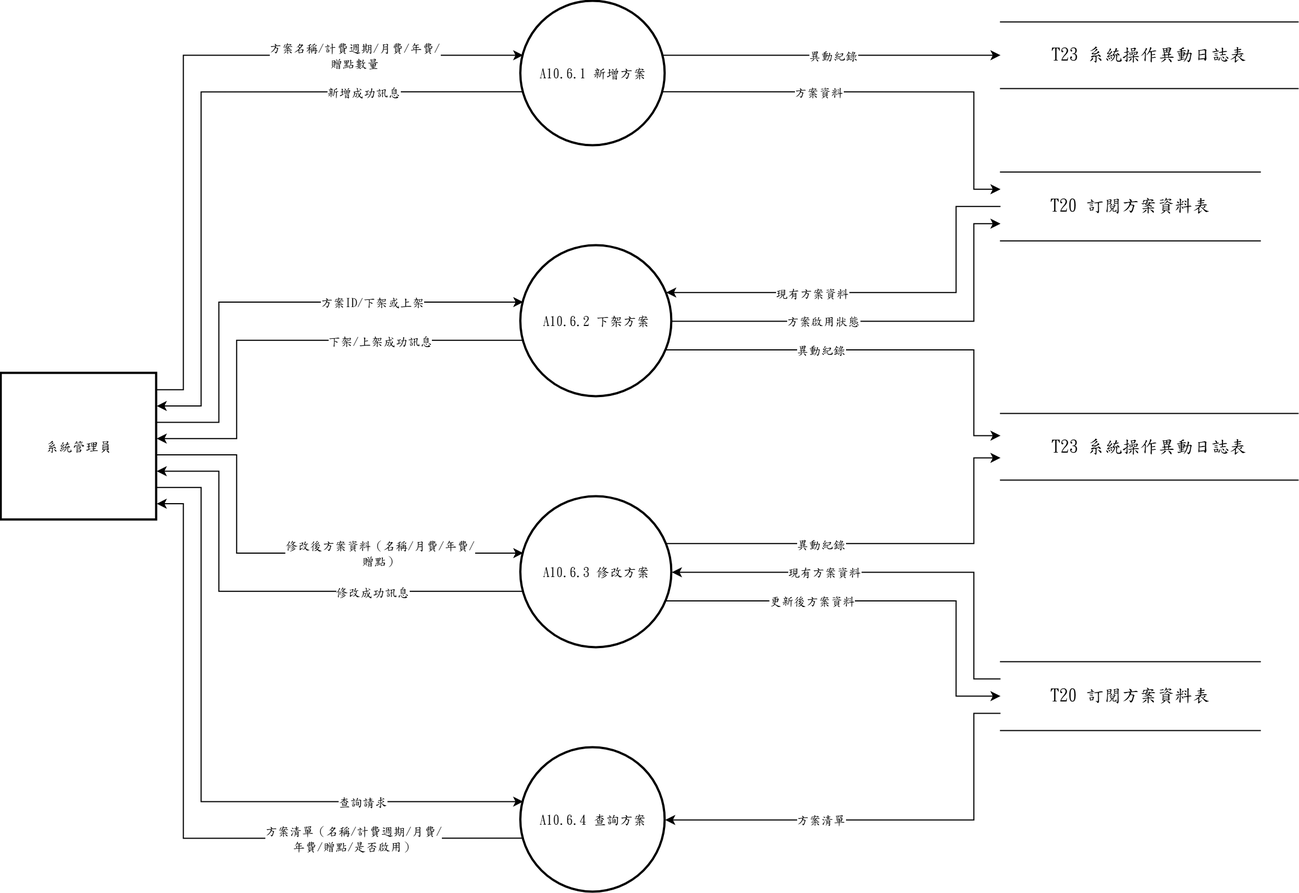
Before: 系統文件/第6章/DFD圖/圖10/新/圖10.6.drawio.png, a diagram exported from draw.io (s22452007/115502). Source tidied: cells renumbered, new cells last; positions are measured from the earlier drawing's top-left corner, leaving out a move shared by most shapes.
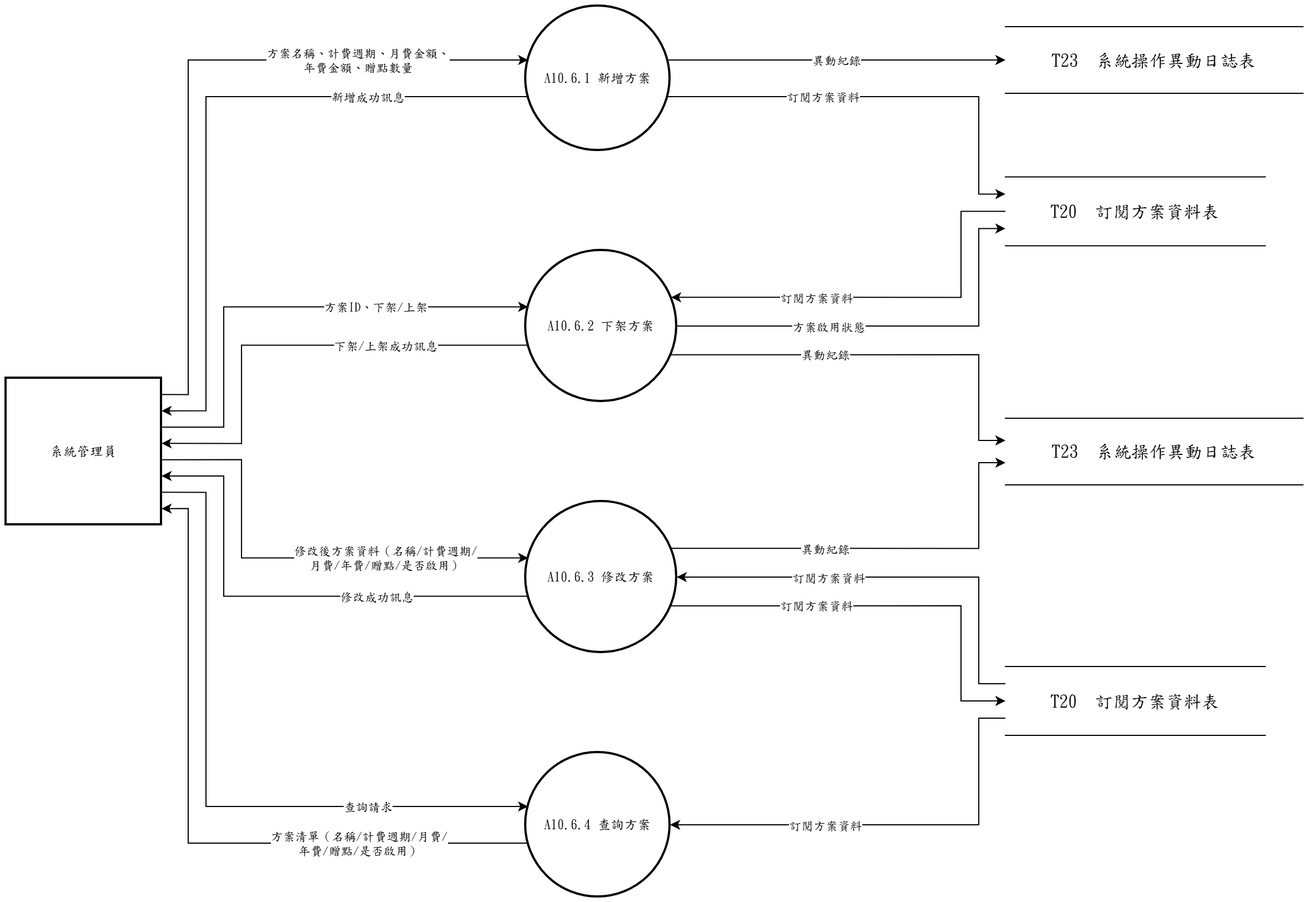
After the commit.

Change to the diagram source:
```diff
@@ -17,16 +17,16 @@
     <mxCell id="6" value="系統管理員" style="whiteSpace=wrap;strokeWidth=2;html=1;fontFamily=標楷體;" parent="1" vertex="1">
       <mxGeometry y="335" width="140" height="132" as="geometry" />
     </mxCell>
-    <mxCell id="7" value="&lt;span lang=&quot;EN-US&quot; style=&quot;font-size: 12pt;&quot;&gt;T23&amp;nbsp;&lt;/span&gt;&lt;span style=&quot;font-size: 12pt;&quot;&gt;系統操作異動日誌表&lt;/span&gt;" style="shape=partialRectangle;whiteSpace=wrap;html=1;left=0;right=0;fontFamily=標楷體;fontSize=16;" parent="1" vertex="1">
+    <mxCell id="7" value="T23  系統操作異動日誌表" style="shape=partialRectangle;whiteSpace=wrap;html=1;left=0;right=0;fontFamily=標楷體;fontSize=16;" parent="1" vertex="1">
       <mxGeometry x="900" y="18.5" width="268" height="60" as="geometry" />
     </mxCell>
-    <mxCell id="8" value="&lt;span lang=&quot;EN-US&quot; style=&quot;font-size: 12pt;&quot;&gt;T20&amp;nbsp;&lt;/span&gt;&lt;span style=&quot;font-size: 12pt;&quot;&gt;訂閱方案資料表&lt;/span&gt;" style="shape=partialRectangle;whiteSpace=wrap;html=1;left=0;right=0;fontFamily=標楷體;fontSize=16;" parent="1" vertex="1">
+    <mxCell id="8" value="T20  訂閱方案資料表" style="shape=partialRectangle;whiteSpace=wrap;html=1;left=0;right=0;fontFamily=標楷體;fontSize=16;" parent="1" vertex="1">
       <mxGeometry x="900" y="153.7" width="234" height="62" as="geometry" />
     </mxCell>
-    <mxCell id="9" value="&lt;span lang=&quot;EN-US&quot; style=&quot;font-size: 12pt;&quot;&gt;T23&amp;nbsp;&lt;/span&gt;&lt;span style=&quot;font-size: 12pt;&quot;&gt;系統操作異動日誌表&lt;/span&gt;" style="shape=partialRectangle;whiteSpace=wrap;html=1;left=0;right=0;fontFamily=標楷體;fontSize=16;" parent="1" vertex="1">
+    <mxCell id="9" value="T23  系統操作異動日誌表" style="shape=partialRectangle;whiteSpace=wrap;html=1;left=0;right=0;fontFamily=標楷體;fontSize=16;" parent="1" vertex="1">
       <mxGeometry x="900" y="371" width="268" height="60" as="geometry" />
     </mxCell>
-    <mxCell id="10" value="&lt;span lang=&quot;EN-US&quot; style=&quot;font-size: 12pt;&quot;&gt;T20&amp;nbsp;&lt;/span&gt;&lt;span style=&quot;font-size: 12pt;&quot;&gt;訂閱方案資料表&lt;/span&gt;" style="shape=partialRectangle;whiteSpace=wrap;html=1;left=0;right=0;fontFamily=標楷體;fontSize=16;" parent="1" vertex="1">
+    <mxCell id="10" value="T20  訂閱方案資料表" style="shape=partialRectangle;whiteSpace=wrap;html=1;left=0;right=0;fontFamily=標楷體;fontSize=16;" parent="1" vertex="1">
       <mxGeometry x="900" y="594.5" width="234" height="62" as="geometry" />
     </mxCell>
     <mxCell id="11" style="edgeStyle=none;rounded=0;html=1;fontFamily=標楷體;endArrow=classic;exitX=1.0000;exitY=0.1111;exitDx=0;exitDy=0;exitPerimeter=0;entryX=0.0163;entryY=0.3733;entryDx=0;entryDy=0;entryPerimeter=0;" parent="1" edge="1" source="6" target="2">
@@ -37,7 +37,7 @@
         </Array>
       </mxGeometry>
     </mxCell>
-    <mxCell id="12" value="方案名稱/計費週期/月費/年費/&lt;br&gt;贈點數量" style="edgeLabel;html=1;align=center;verticalAlign=middle;fontFamily=標楷體;" parent="11" vertex="1">
+    <mxCell id="12" value="方案名稱、計費週期、月費金額、&lt;br&gt;年費金額、贈點數量" style="edgeLabel;html=1;align=center;verticalAlign=middle;fontFamily=標楷體;" parent="11" vertex="1">
       <mxGeometry x="0.52" relative="1" as="geometry" />
     </mxCell>
     <mxCell id="13" style="edgeStyle=none;rounded=0;html=1;fontFamily=標楷體;endArrow=classic;exitX=0.0163;exitY=0.6267;exitDx=0;exitDy=0;exitPerimeter=0;entryX=1.0000;entryY=0.2222;entryDx=0;entryDy=0;entryPerimeter=0;" parent="1" edge="1" source="2" target="6">
@@ -59,7 +59,7 @@
         </Array>
       </mxGeometry>
     </mxCell>
-    <mxCell id="16" value="方案資料" style="edgeLabel;html=1;align=center;verticalAlign=middle;fontFamily=標楷體;" parent="15" vertex="1">
+    <mxCell id="16" value="訂閱方案資料" style="edgeLabel;html=1;align=center;verticalAlign=middle;fontFamily=標楷體;" parent="15" vertex="1">
       <mxGeometry x="-0.28" relative="1" as="geometry" />
     </mxCell>
     <mxCell id="17" style="edgeStyle=none;rounded=0;html=1;fontFamily=標楷體;endArrow=classic;exitX=0.9837;exitY=0.3733;exitDx=0;exitDy=0;exitPerimeter=0;entryX=0.0000;entryY=0.5000;entryDx=0;entryDy=0;entryPerimeter=0;" parent="1" edge="1" source="2" target="7">
@@ -76,7 +76,7 @@
         </Array>
       </mxGeometry>
     </mxCell>
-    <mxCell id="20" value="方案ID/下架或上架" style="edgeLabel;html=1;align=center;verticalAlign=middle;fontFamily=標楷體;" parent="19" vertex="1">
+    <mxCell id="20" value="方案ID、下架/上架" style="edgeLabel;html=1;align=center;verticalAlign=middle;fontFamily=標楷體;" parent="19" vertex="1">
       <mxGeometry x="0.38" relative="1" as="geometry" />
     </mxCell>
     <mxCell id="21" style="edgeStyle=none;rounded=0;html=1;fontFamily=標楷體;endArrow=classic;exitX=0.0000;exitY=0.5000;exitDx=0;exitDy=0;exitPerimeter=0;entryX=0.9625;entryY=0.3100;entryDx=0;entryDy=0;entryPerimeter=0;" parent="1" edge="1" source="8" target="3">
@@ -87,7 +87,7 @@
         </Array>
       </mxGeometry>
     </mxCell>
-    <mxCell id="22" value="現有方案資料" style="edgeLabel;html=1;align=center;verticalAlign=middle;fontFamily=標楷體;" parent="21" vertex="1">
+    <mxCell id="22" value="訂閱方案資料" style="edgeLabel;html=1;align=center;verticalAlign=middle;fontFamily=標楷體;" parent="21" vertex="1">
       <mxGeometry x="0.31" relative="1" as="geometry" />
     </mxCell>
     <mxCell id="23" style="edgeStyle=none;rounded=0;html=1;fontFamily=標楷體;endArrow=classic;exitX=0.0163;exitY=0.6267;exitDx=0;exitDy=0;exitPerimeter=0;entryX=1.0000;entryY=0.4444;entryDx=0;entryDy=0;entryPerimeter=0;" parent="1" edge="1" source="3" target="6">
@@ -131,7 +131,7 @@
         </Array>
       </mxGeometry>
     </mxCell>
-    <mxCell id="30" value="修改後方案資料（名稱/月費/年費/&lt;br&gt;贈點）" style="edgeLabel;html=1;align=center;verticalAlign=middle;fontFamily=標楷體;" parent="29" vertex="1">
+    <mxCell id="30" value="修改後方案資料（名稱/計費週期/&lt;br&gt;月費/年費/贈點/是否啟用）" style="edgeLabel;html=1;align=center;verticalAlign=middle;fontFamily=標楷體;" parent="29" vertex="1">
       <mxGeometry x="0.38" relative="1" as="geometry" />
     </mxCell>
     <mxCell id="31" style="edgeStyle=none;rounded=0;html=1;fontFamily=標楷體;endArrow=classic;exitX=0.0000;exitY=0.2500;exitDx=0;exitDy=0;exitPerimeter=0;entryX=1.0000;entryY=0.5000;entryDx=0;entryDy=0;entryPerimeter=0;" parent="1" edge="1" source="10" target="4">
@@ -142,7 +142,7 @@
         </Array>
       </mxGeometry>
     </mxCell>
-    <mxCell id="32" value="現有方案資料" style="edgeLabel;html=1;align=center;verticalAlign=middle;fontFamily=標楷體;" parent="31" vertex="1">
+    <mxCell id="32" value="訂閱方案資料" style="edgeLabel;html=1;align=center;verticalAlign=middle;fontFamily=標楷體;" parent="31" vertex="1">
       <mxGeometry x="0.31" relative="1" as="geometry" />
     </mxCell>
     <mxCell id="33" style="edgeStyle=none;rounded=0;html=1;fontFamily=標楷體;endArrow=classic;exitX=0.0163;exitY=0.6267;exitDx=0;exitDy=0;exitPerimeter=0;entryX=1.0000;entryY=0.6667;entryDx=0;entryDy=0;entryPerimeter=0;" parent="1" edge="1" source="4" target="6">
@@ -164,7 +164,7 @@
         </Array>
       </mxGeometry>
     </mxCell>
-    <mxCell id="36" value="更新後方案資料" style="edgeLabel;html=1;align=center;verticalAlign=middle;fontFamily=標楷體;" parent="35" vertex="1">
+    <mxCell id="36" value="訂閱方案資料" style="edgeLabel;html=1;align=center;verticalAlign=middle;fontFamily=標楷體;" parent="35" vertex="1">
       <mxGeometry x="-0.33" relative="1" as="geometry" />
     </mxCell>
     <mxCell id="37" style="edgeStyle=none;rounded=0;html=1;fontFamily=標楷體;endArrow=classic;exitX=0.9625;exitY=0.3100;exitDx=0;exitDy=0;exitPerimeter=0;entryX=0.0000;entryY=0.6667;entryDx=0;entryDy=0;entryPerimeter=0;" parent="1" edge="1" source="4" target="9">
@@ -197,7 +197,7 @@
         </Array>
       </mxGeometry>
     </mxCell>
-    <mxCell id="42" value="方案清單" style="edgeLabel;html=1;align=center;verticalAlign=middle;fontFamily=標楷體;" parent="41" vertex="1">
+    <mxCell id="42" value="訂閱方案資料" style="edgeLabel;html=1;align=center;verticalAlign=middle;fontFamily=標楷體;" parent="41" vertex="1">
       <mxGeometry x="0.3" relative="1" as="geometry" />
     </mxCell>
     <mxCell id="43" style="edgeStyle=none;rounded=0;html=1;fontFamily=標楷體;endArrow=classic;exitX=0.0163;exitY=0.6267;exitDx=0;exitDy=0;exitPerimeter=0;entryX=1.0000;entryY=0.8889;entryDx=0;entryDy=0;entryPerimeter=0;" parent="1" edge="1" source="5" target="6">
```
